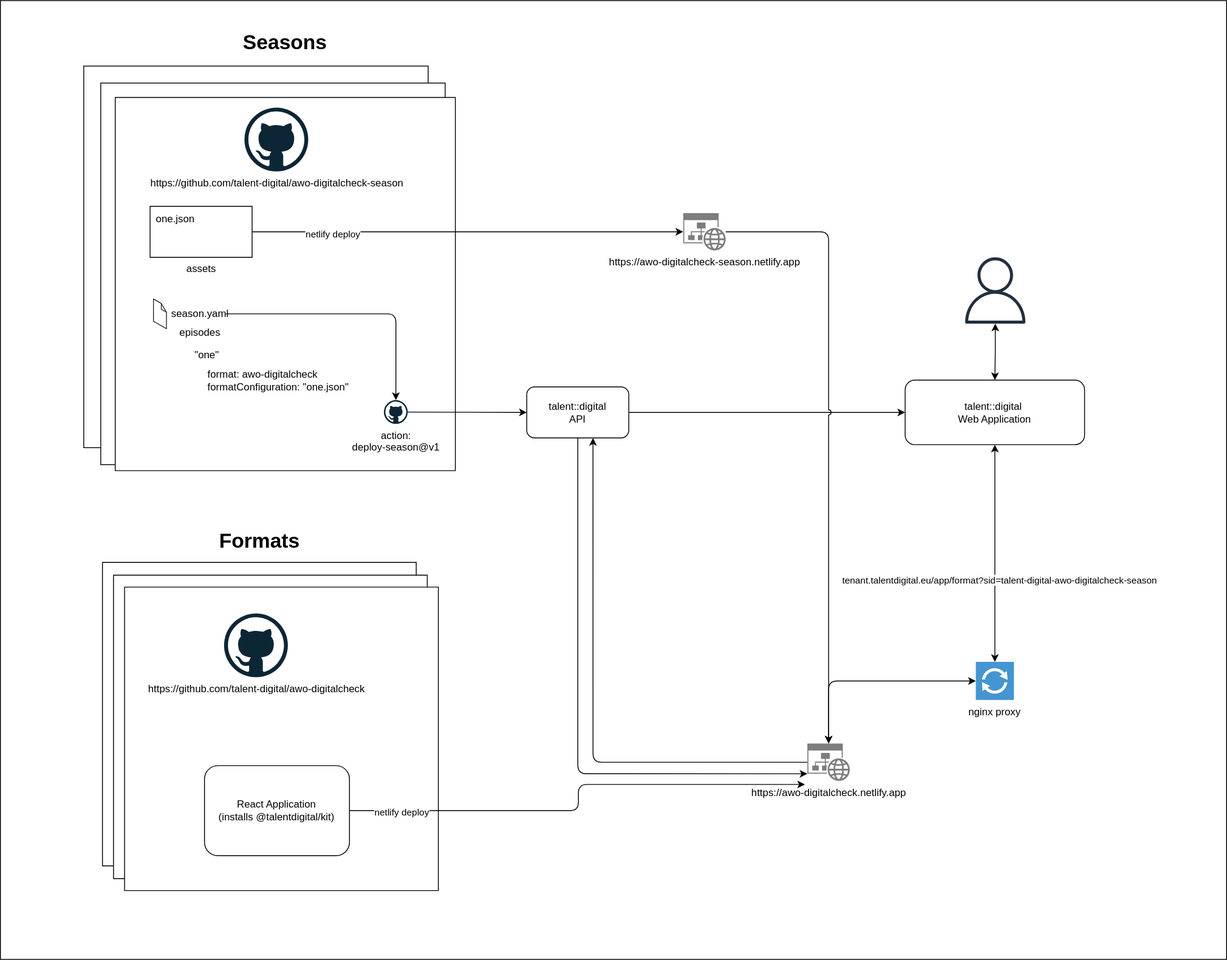
The draw.io diagram docs/assets/talent-digital.platform.drawio.svg in talent-digital/talentkit, before a commit. Source tidied: cells renumbered, new cells last; positions are measured from the earlier drawing's top-left corner, leaving out a move shared by most shapes.
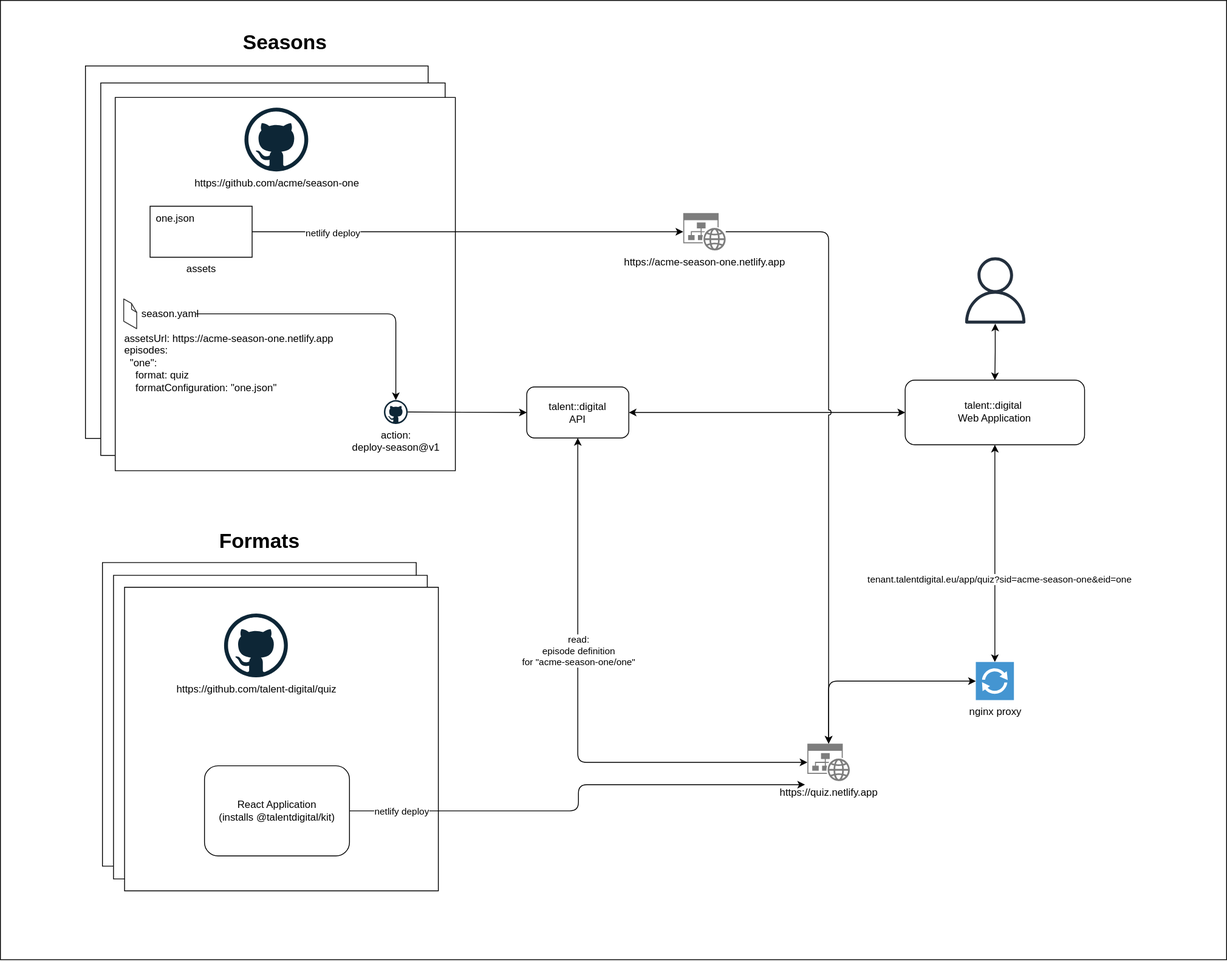
The same file after the commit.

Change to the diagram source:
```diff
@@ -12,10 +12,10 @@
       <mxGeometry x="133" y="676" width="369" height="357" as="geometry" />
     </mxCell>
     <mxCell id="5" style="rounded=0;whiteSpace=wrap;html=1;" parent="1" vertex="1">
-      <mxGeometry x="98" y="77" width="405" height="449" as="geometry" />
+      <mxGeometry x="100" y="77" width="403" height="438" as="geometry" />
     </mxCell>
     <mxCell id="6" style="rounded=0;whiteSpace=wrap;html=1;" parent="1" vertex="1">
-      <mxGeometry x="118" y="97" width="405" height="449" as="geometry" />
+      <mxGeometry x="118" y="97" width="405" height="438" as="geometry" />
     </mxCell>
     <mxCell id="7" style="verticalLabelPosition=bottom;verticalAlign=top;html=1;shape=mxgraph.basic.rect;fillColor2=none;strokeWidth=1;size=20;indent=5;rounded=1;" parent="1" vertex="1">
       <mxGeometry x="146" y="690" width="369" height="357" as="geometry" />
@@ -26,27 +26,21 @@
     <mxCell id="9" style="verticalLabelPosition=bottom;verticalAlign=top;html=1;shape=mxgraph.basic.rect;fillColor2=none;strokeWidth=1;size=20;indent=5;rounded=1;" parent="8" vertex="1">
       <mxGeometry width="400" height="439" as="geometry" />
     </mxCell>
-    <mxCell id="10" value="https://github.com/talent-digital/awo-digitalcheck-season" style="dashed=0;html=1;align=center;labelPosition=center;verticalLabelPosition=bottom;verticalAlign=top;shape=mxgraph.weblogos.github;rounded=1;" parent="8" vertex="1">
+    <mxCell id="10" value="https://github.com/acme/season-one" style="dashed=0;html=1;align=center;labelPosition=center;verticalLabelPosition=bottom;verticalAlign=top;shape=mxgraph.weblogos.github;rounded=1;" parent="8" vertex="1">
       <mxGeometry x="152" y="12" width="75" height="75" as="geometry" />
     </mxCell>
     <mxCell id="11" value="season.yaml" style="text;html=1;strokeColor=none;fillColor=none;align=center;verticalAlign=middle;whiteSpace=wrap;rounded=1;" parent="8" vertex="1">
-      <mxGeometry x="70" y="239.5" width="60" height="30" as="geometry" />
+      <mxGeometry x="35" y="239.5" width="60" height="30" as="geometry" />
     </mxCell>
     <mxCell id="12" style="edgeStyle=orthogonalEdgeStyle;jettySize=auto;html=1;jumpStyle=arc;rounded=1;" parent="8" edge="1" source="11" target="17">
       <mxGeometry relative="1" as="geometry" />
     </mxCell>
     <mxCell id="13" style="verticalLabelPosition=bottom;html=1;verticalAlign=top;strokeWidth=1;align=center;dashed=0;shape=mxgraph.aws3d.file;strokeColor=#292929;" parent="8" vertex="1">
-      <mxGeometry x="45" y="237" width="15.3" height="35" as="geometry" />
+      <mxGeometry x="10" y="237" width="15.3" height="35" as="geometry" />
     </mxCell>
-    <mxCell id="14" value="episodes" style="text;html=1;strokeColor=none;fillColor=none;align=center;verticalAlign=middle;whiteSpace=wrap;rounded=0;" parent="8" vertex="1">
-      <mxGeometry x="70" y="269.5" width="60" height="14" as="geometry" />
+    <mxCell id="14" value="assetsUrl:&amp;nbsp;https://acme-season-one.netlify.app&lt;br&gt;episodes:&lt;br&gt;&amp;nbsp; &quot;one&quot;:&lt;br&gt;&lt;span style=&quot;&quot;&gt;&lt;/span&gt;&lt;span style=&quot;&quot;&gt;&lt;/span&gt;&amp;nbsp; &amp;nbsp; format: quiz&lt;br style=&quot;border-color: var(--border-color);&quot;&gt;&amp;nbsp; &amp;nbsp; formatConfiguration: &quot;one.json&quot;" style="text;html=1;strokeColor=none;fillColor=none;align=left;verticalAlign=top;whiteSpace=wrap;rounded=0;" parent="8" vertex="1">
+      <mxGeometry x="9" y="269.5" width="299" height="111.5" as="geometry" />
     </mxCell>
-    <mxCell id="15" value="&quot;one&quot;" style="text;html=1;strokeColor=none;fillColor=none;align=center;verticalAlign=middle;whiteSpace=wrap;rounded=0;" parent="8" vertex="1">
-      <mxGeometry x="78" y="296" width="60" height="15" as="geometry" />
-    </mxCell>
-    <mxCell id="16" value="format: awo-digitalcheck&lt;br&gt;formatConfiguration: &quot;one.json&quot;" style="text;html=1;strokeColor=none;fillColor=none;align=left;verticalAlign=middle;whiteSpace=wrap;rounded=0;" parent="8" vertex="1">
-      <mxGeometry x="106.5" y="318" width="187" height="30" as="geometry" />
-    </mxCell>
     <mxCell id="17" value="action:&lt;br style=&quot;border-color: var(--border-color);&quot;&gt;deploy-season@v1" style="dashed=0;outlineConnect=0;html=1;align=center;labelPosition=center;verticalLabelPosition=bottom;verticalAlign=top;shape=mxgraph.weblogos.github;rounded=1;" parent="8" vertex="1">
       <mxGeometry x="316" y="356" width="28" height="28" as="geometry" />
     </mxCell>
@@ -64,7 +58,7 @@
     <mxCell id="21" style="edgeStyle=orthogonalEdgeStyle;jettySize=auto;html=1;jumpStyle=arc;rounded=1;flowAnimation=1;" parent="1" edge="1" source="17" target="38">
       <mxGeometry relative="1" as="geometry" />
     </mxCell>
-    <mxCell id="22" style="edgeStyle=orthogonalEdgeStyle;jettySize=auto;html=1;shadow=0;jumpStyle=arc;jumpSize=15;comic=0;noJump=0;rounded=1;flowAnimation=1;" parent="1" edge="1" source="38" target="29">
+    <mxCell id="22" style="edgeStyle=orthogonalEdgeStyle;jettySize=auto;html=1;shadow=0;jumpStyle=arc;jumpSize=15;comic=0;noJump=0;rounded=1;flowAnimation=1;startArrow=classic;startFill=1;" parent="1" edge="1" source="38" target="29">
       <mxGeometry relative="1" as="geometry" />
     </mxCell>
     <mxCell id="23" style="edgeStyle=orthogonalEdgeStyle;jettySize=auto;html=1;jumpStyle=arc;rounded=1;flowAnimation=1;entryX=-0.055;entryY=1.095;entryDx=0;entryDy=0;entryPerimeter=0;" parent="1" edge="1" source="26" target="35">
@@ -75,7 +69,7 @@
         <mxPoint x="1" y="1" as="offset" />
       </mxGeometry>
     </mxCell>
-    <mxCell id="25" value="https://github.com/talent-digital/awo-digitalcheck" style="dashed=0;html=1;align=center;labelPosition=center;verticalLabelPosition=bottom;verticalAlign=top;shape=mxgraph.weblogos.github;rounded=1;" parent="1" vertex="1">
+    <mxCell id="25" value="https://github.com/talent-digital/quiz" style="dashed=0;html=1;align=center;labelPosition=center;verticalLabelPosition=bottom;verticalAlign=top;shape=mxgraph.weblogos.github;rounded=1;" parent="1" vertex="1">
       <mxGeometry x="263" y="721" width="75" height="75" as="geometry" />
     </mxCell>
     <mxCell id="26" value="React Application&lt;br&gt;(installs @talentdigital/kit)" style="rounded=1;whiteSpace=wrap;html=1;" parent="1" vertex="1">
@@ -84,7 +78,7 @@
     <mxCell id="27" style="edgeStyle=orthogonalEdgeStyle;comic=0;jumpStyle=arc;jumpSize=15;jettySize=auto;elbow=vertical;html=1;shadow=0;rounded=1;startArrow=classic;startFill=1;" parent="1" edge="1" source="29" target="36">
       <mxGeometry relative="1" as="geometry" />
     </mxCell>
-    <mxCell id="28" value="tenant.talentdigital.eu/app/format?sid=talent-digital-awo-digitalcheck-season" style="edgeLabel;html=1;align=center;verticalAlign=middle;rounded=1;" parent="27" vertex="1">
+    <mxCell id="28" value="tenant.talentdigital.eu/app/quiz?sid=acme-season-one&amp;amp;eid=one" style="edgeLabel;html=1;align=center;verticalAlign=middle;rounded=1;" parent="27" vertex="1">
       <mxGeometry x="0.24" y="5" relative="1" as="geometry" />
     </mxCell>
     <mxCell id="29" value="talent::digital&amp;nbsp;&lt;br&gt;Web Application" style="rounded=1;whiteSpace=wrap;html=1;" parent="1" vertex="1">
@@ -99,25 +93,21 @@
     <mxCell id="32" style="edgeStyle=orthogonalEdgeStyle;rounded=1;jettySize=auto;html=1;fontSize=12;jumpStyle=arc;flowAnimation=1;" parent="1" edge="1" source="33" target="35">
       <mxGeometry relative="1" as="geometry" />
     </mxCell>
-    <mxCell id="33" value="https://awo-digitalcheck-season.netlify.app" style="sketch=0;shadow=0;dashed=0;html=1;strokeColor=none;labelPosition=center;verticalLabelPosition=bottom;verticalAlign=top;align=center;shape=mxgraph.mscae.enterprise.website_generic;fillColor=#7D7D7D;" parent="1" vertex="1">
+    <mxCell id="33" value="https://acme-season-one.netlify.app" style="sketch=0;shadow=0;dashed=0;html=1;strokeColor=none;labelPosition=center;verticalLabelPosition=bottom;verticalAlign=top;align=center;shape=mxgraph.mscae.enterprise.website_generic;fillColor=#7D7D7D;" parent="1" vertex="1">
       <mxGeometry x="803" y="250" width="50" height="44" as="geometry" />
     </mxCell>
-    <mxCell id="34" style="edgeStyle=orthogonalEdgeStyle;shape=connector;rounded=1;jumpStyle=arc;jettySize=auto;html=1;entryX=0.649;entryY=1;entryDx=0;entryDy=0;entryPerimeter=0;labelBackgroundColor=default;strokeColor=default;fontFamily=Helvetica;fontSize=11;fontColor=default;endArrow=classic;flowAnimation=1;" parent="1" edge="1" source="35" target="38">
+    <mxCell id="34" style="edgeStyle=orthogonalEdgeStyle;shape=connector;rounded=1;jumpStyle=arc;jettySize=auto;html=1;labelBackgroundColor=default;strokeColor=default;fontFamily=Helvetica;fontSize=11;fontColor=default;startArrow=classic;startFill=1;endArrow=classic;flowAnimation=1;" parent="1" edge="1" source="35" target="38">
       <mxGeometry relative="1" as="geometry" />
     </mxCell>
+    <mxCell id="43" value="read:&lt;br&gt;episode definition&lt;br&gt;for &quot;acme-season-one/one&quot;" style="edgeLabel;html=1;align=center;verticalAlign=middle;fontSize=11;fontFamily=Helvetica;fontColor=default;" parent="34" vertex="1">
+      <mxGeometry x="0.23" y="-1" relative="1" as="geometry" />
+    </mxCell>
-    <mxCell id="35" value="https://awo-digitalcheck.netlify.app" style="sketch=0;shadow=0;dashed=0;html=1;strokeColor=none;labelPosition=center;verticalLabelPosition=bottom;verticalAlign=top;align=center;shape=mxgraph.mscae.enterprise.website_generic;fillColor=#7D7D7D;" parent="1" vertex="1">
+    <mxCell id="35" value="https://quiz.netlify.app" style="sketch=0;shadow=0;dashed=0;html=1;strokeColor=none;labelPosition=center;verticalLabelPosition=bottom;verticalAlign=top;align=center;shape=mxgraph.mscae.enterprise.website_generic;fillColor=#7D7D7D;" parent="1" vertex="1">
       <mxGeometry x="949" y="874" width="50" height="44" as="geometry" />
     </mxCell>
     <mxCell id="36" value="nginx proxy" style="shadow=0;dashed=0;html=1;strokeColor=none;fillColor=#4495D1;labelPosition=center;verticalLabelPosition=bottom;verticalAlign=top;align=center;outlineConnect=0;shape=mxgraph.veeam.2d.proxy;" parent="1" vertex="1">
       <mxGeometry x="1147.1" y="778" width="44.8" height="44.8" as="geometry" />
     </mxCell>
-    <mxCell id="37" style="edgeStyle=orthogonalEdgeStyle;shape=connector;rounded=1;jumpStyle=arc;jettySize=auto;html=1;entryX=0;entryY=0.81;entryDx=0;entryDy=0;entryPerimeter=0;labelBackgroundColor=default;strokeColor=default;fontFamily=Helvetica;fontSize=11;fontColor=default;endArrow=classic;flowAnimation=1;" parent="1" edge="1" source="38" target="35">
-      <mxGeometry relative="1" as="geometry">
-        <Array as="points">
-          <mxPoint x="679" y="910" />
-        </Array>
-      </mxGeometry>
-    </mxCell>
     <mxCell id="38" value="talent::digital&lt;br&gt;API" style="rounded=1;whiteSpace=wrap;html=1;" parent="1" vertex="1">
       <mxGeometry x="619" y="454.5" width="120" height="60" as="geometry" />
     </mxCell>
```
